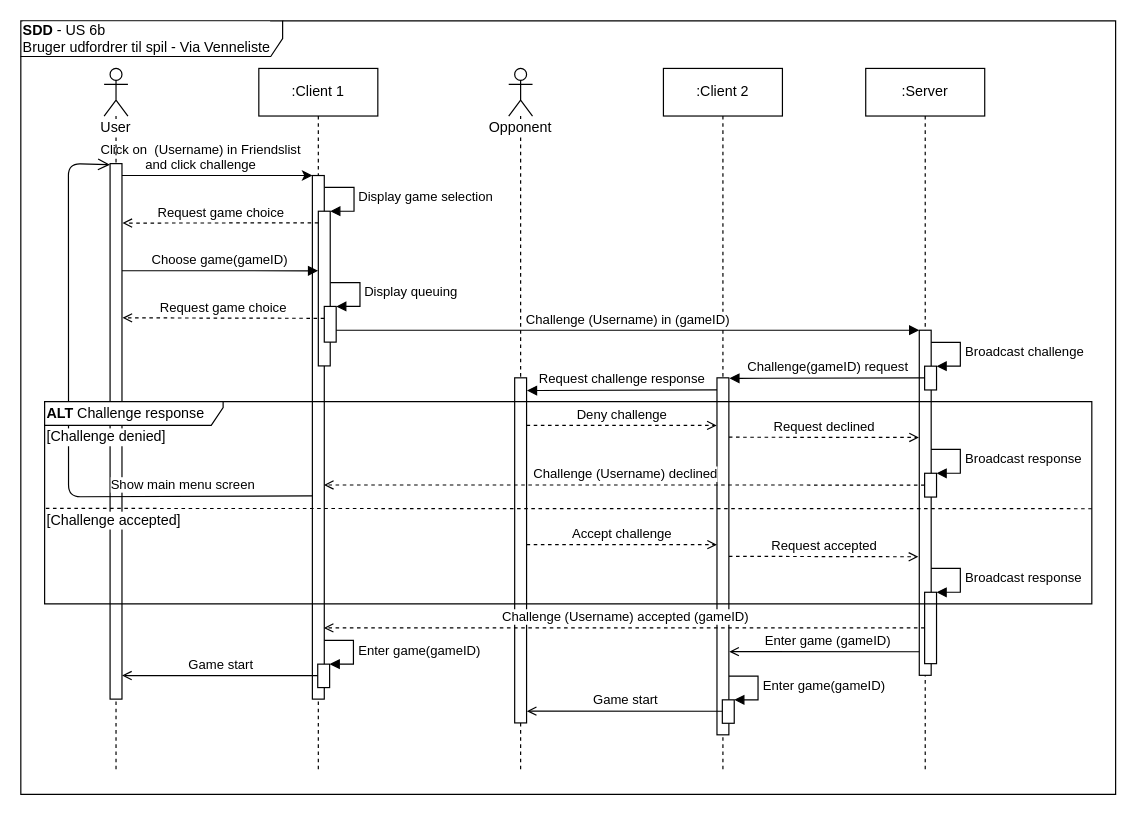
Earlier version of the draw.io diagram page "User-Story-6b" (4 of 4) of diagrams/arkitektur/arkitektur-system-sekvensdiagrammer.drawio (Macradon/I7BAC-PlugNPlay). Source tidied: cells renumbered, new cells numbered last; positions are measured from the earlier drawing's top-left corner, leaving out a move shared by most shapes. Both pictures are drawn from the tidied source at 119%, with x=0, y=0 at pixel (20, 20).
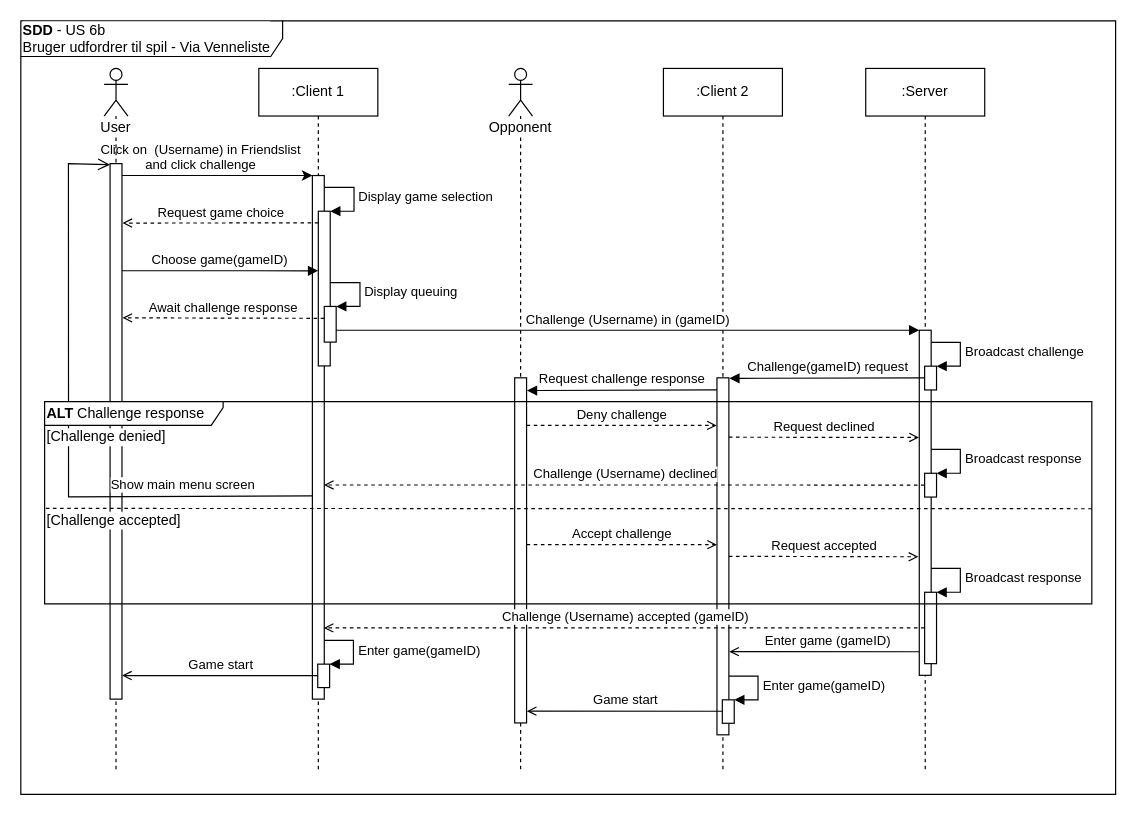
The same page after the edit.

Unchanged cells that the change refers to:
```xml
<mxCell id="21" style="html=1;points=[];perimeter=orthogonalPerimeter;labelBackgroundColor=none;align=left;" parent="1" vertex="1">
  <mxGeometry x="75" y="120" width="10" height="450" as="geometry" />
</mxCell>
<mxCell id="22" style="html=1;points=[];perimeter=orthogonalPerimeter;labelBackgroundColor=none;align=left;" parent="1" vertex="1">
  <mxGeometry x="245" y="130" width="10" height="440" as="geometry" />
</mxCell>
```

Change to the diagram source:
```diff
@@
-    <mxCell id="37" value="Show main menu screen" style="html=1;verticalAlign=bottom;endArrow=open;endSize=8;entryX=-0.005;entryY=0.002;entryDx=0;entryDy=0;entryPerimeter=0;exitX=0.002;exitY=0.612;exitDx=0;exitDy=0;exitPerimeter=0;" parent="1" edge="1" source="22" target="21">
+    <mxCell id="37" value="Show main menu screen" style="html=1;verticalAlign=bottom;endArrow=open;endSize=8;entryX=-0.005;entryY=0.002;entryDx=0;entryDy=0;entryPerimeter=0;exitX=0.002;exitY=0.612;exitDx=0;exitDy=0;exitPerimeter=0;rounded=0;" parent="1" edge="1" source="22" target="21">
       <mxGeometry x="-0.58" y="-1" relative="1" as="geometry">
         <Array as="points">
           <mxPoint x="40.1" y="400" />
           <mxPoint x="40" y="120" />
         </Array>
       </mxGeometry>
     </mxCell>
-    <mxCell id="38" value="Request game choice" style="html=1;verticalAlign=bottom;endArrow=open;endFill=0;dashed=1;entryX=1.042;entryY=0.288;entryDx=0;entryDy=0;entryPerimeter=0;" parent="1" edge="1" target="21">
+    <mxCell id="38" value="Await challenge response" style="html=1;verticalAlign=bottom;endArrow=open;endFill=0;dashed=1;entryX=1.042;entryY=0.288;entryDx=0;entryDy=0;entryPerimeter=0;" parent="1" edge="1" target="21">
       <mxGeometry relative="1" as="geometry">
         <mxPoint x="255" y="250" as="sourcePoint" />
       </mxGeometry>
     </mxCell>
```
